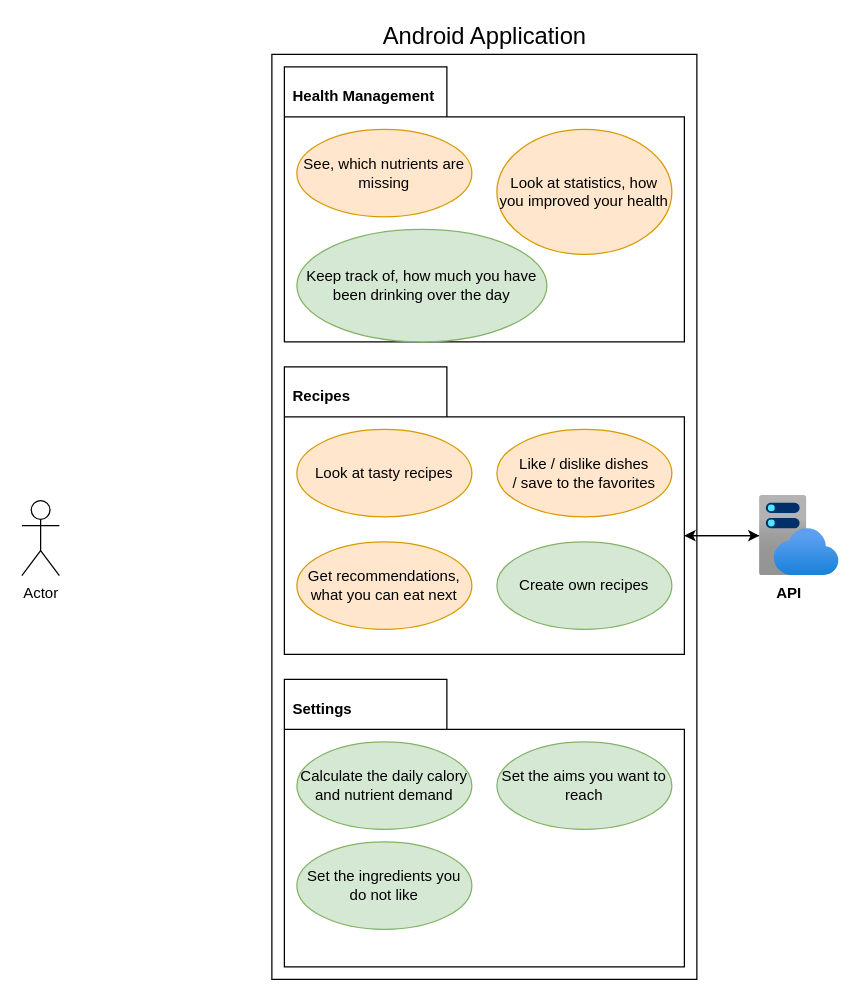
This is Untitled Diagram.drawio from JanPfenning/Mood4Food_Doc, a draw.io file, before an edit. Source tidied: cells renumbered, new cells numbered last; positions are measured from the earlier drawing's top-left corner, leaving out a move shared by most shapes. Both pictures are drawn from the tidied source at 125%, with x=0, y=0 at pixel (21, 54).
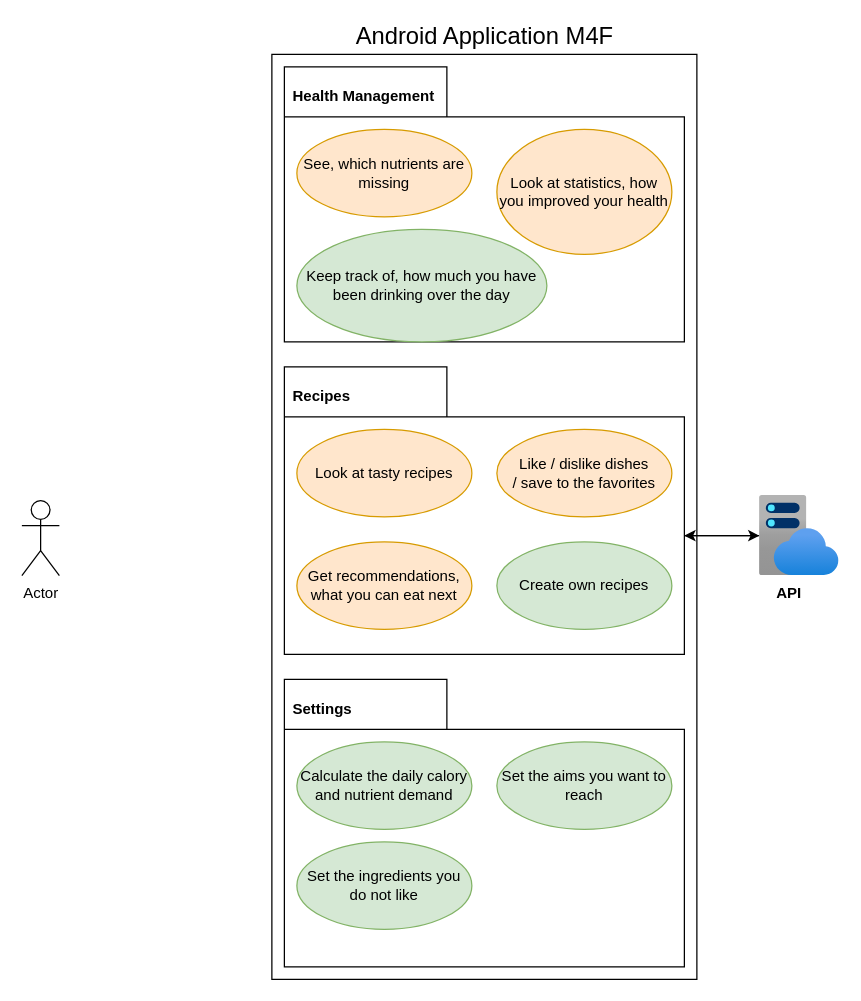
After the change.

Change to the diagram source:
```diff
@@
-    <mxCell id="2" value="&lt;font style=&quot;font-size: 19px&quot;&gt;Android Application&lt;/font&gt;" style="html=1;labelPosition=center;verticalLabelPosition=top;align=center;verticalAlign=bottom;" parent="1" vertex="1">
+    <mxCell id="2" value="&lt;font style=&quot;font-size: 19px&quot;&gt;Android Application M4F&lt;br&gt;&lt;/font&gt;" style="html=1;labelPosition=center;verticalLabelPosition=top;align=center;verticalAlign=bottom;" parent="1" vertex="1">
       <mxGeometry x="200" width="340" height="740" as="geometry" />
     </mxCell>
```
